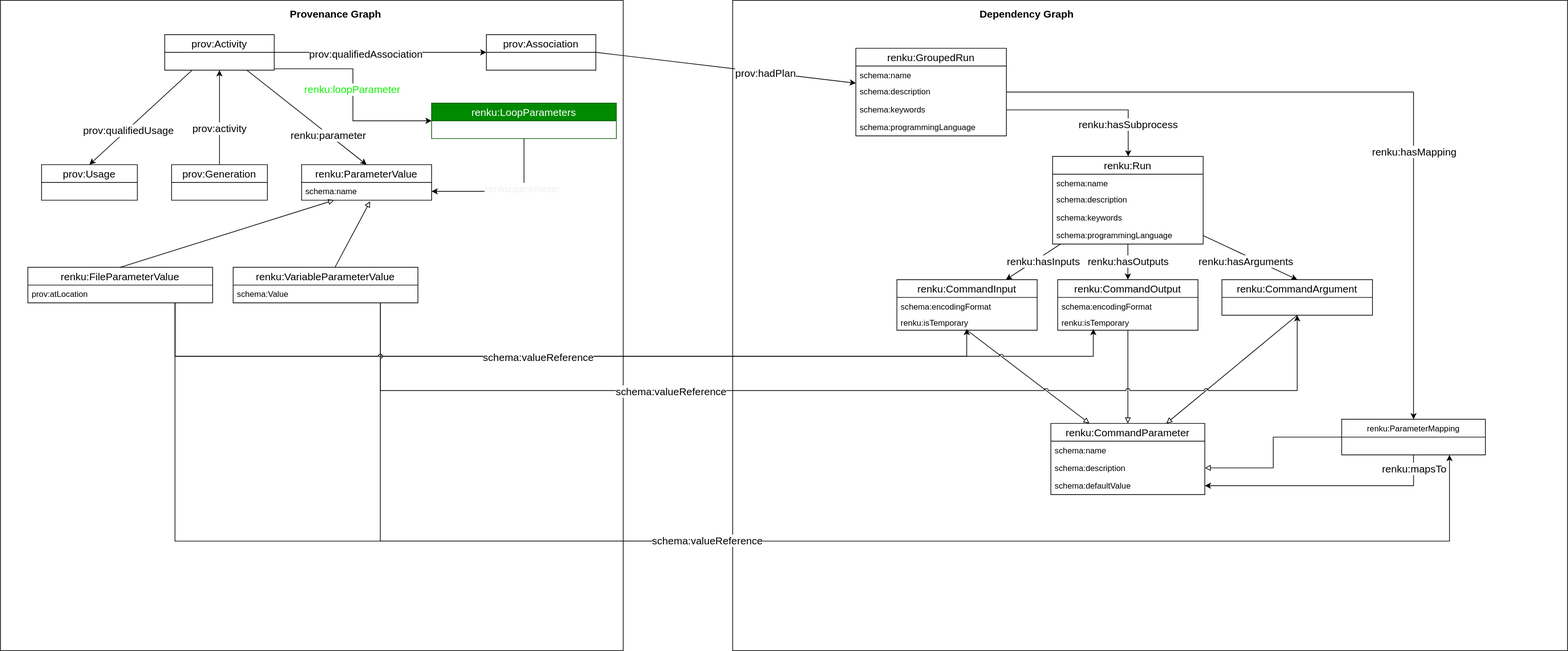
SwissDataScienceCenter/renku-python keeps this draw.io diagram as design/001-new-workflow-commands/looped-run-metadata.svg. Above is the earlier version. Source tidied: cells renumbered, new cells last; positions are measured from the earlier drawing's top-left corner, leaving out a move shared by most shapes.
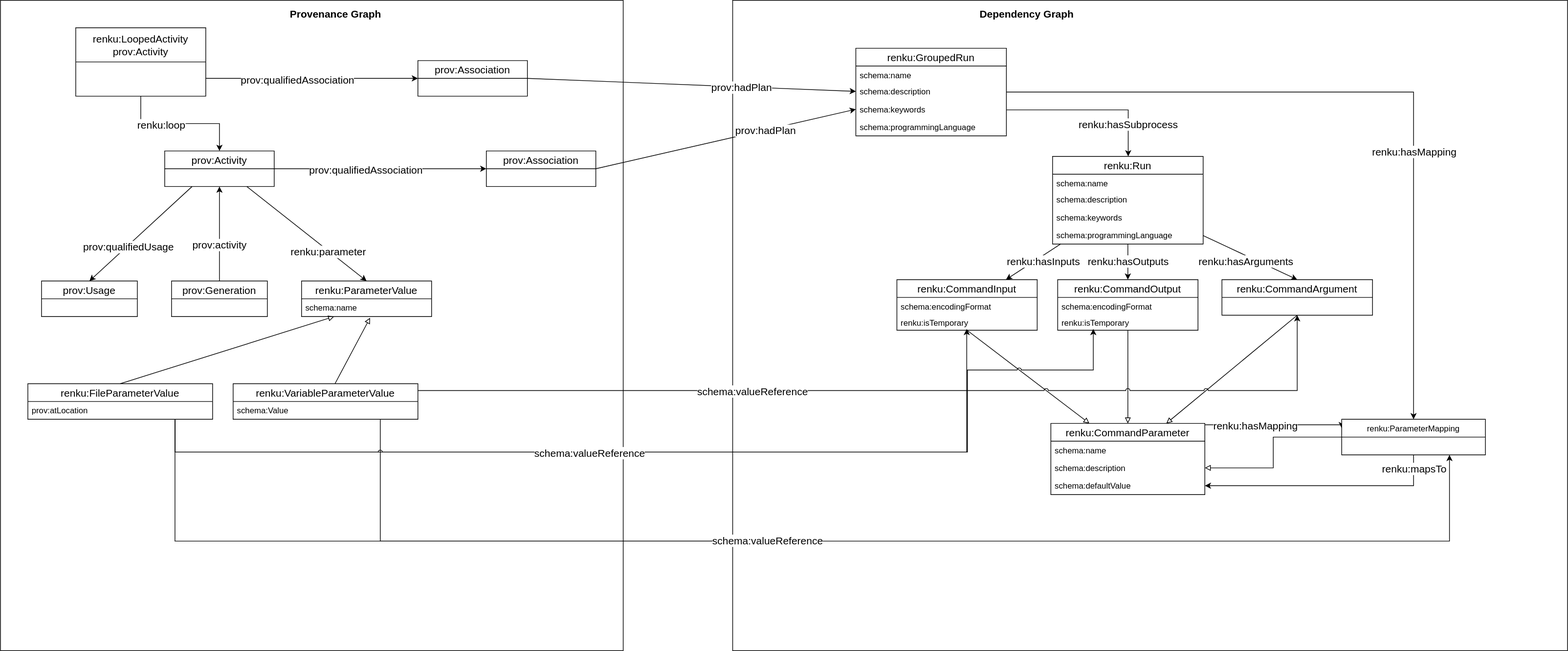
Later version of the same file.

What changed in the source:
```diff
@@ -8,32 +8,17 @@
     <mxCell id="3" value="Provenance Graph" style="text;html=1;strokeColor=none;fillColor=none;align=center;verticalAlign=middle;whiteSpace=wrap;rounded=0;fontStyle=1;fontSize=15;" parent="1" vertex="1">
       <mxGeometry x="400" y="10" width="180" height="20" as="geometry" />
     </mxCell>
-    <mxCell id="4" style="edgeStyle=orthogonalEdgeStyle;rounded=0;jettySize=auto;html=1;fontColor=#f0f0f0;" parent="1" edge="1" source="6">
-      <mxGeometry relative="1" as="geometry">
-        <mxPoint x="630" y="176" as="targetPoint" />
-        <Array as="points">
-          <mxPoint x="515" y="100" />
-          <mxPoint x="515" y="176" />
-          <mxPoint x="630" y="176" />
-        </Array>
-      </mxGeometry>
-    </mxCell>
-    <mxCell id="5" value="&lt;font style=&quot;font-size: 15px&quot;&gt;renku:loopParameter&lt;/font&gt;" style="edgeLabel;html=1;align=center;verticalAlign=middle;fontColor=#0FF007;" parent="4" vertex="1">
-      <mxGeometry x="-0.17" y="-2" relative="1" as="geometry">
-        <mxPoint y="17.6" as="offset" />
-      </mxGeometry>
-    </mxCell>
     <mxCell id="6" value="prov:Activity" style="swimlane;fontStyle=0;horizontal=1;startSize=26;fillColor=none;fontSize=15;" parent="1" vertex="1">
-      <mxGeometry x="240" y="50" width="160" height="52" as="geometry" />
+      <mxGeometry x="240" y="220" width="160" height="52" as="geometry" />
     </mxCell>
     <mxCell id="7" value="prov:Usage" style="swimlane;fontStyle=0;horizontal=1;startSize=26;fillColor=none;fontSize=15;" parent="1" vertex="1">
-      <mxGeometry x="60" y="240" width="140" height="52" as="geometry" />
+      <mxGeometry x="60" y="410" width="140" height="52" as="geometry" />
     </mxCell>
     <mxCell id="8" value="prov:Generation" style="swimlane;fontStyle=0;horizontal=1;startSize=26;fillColor=none;fontSize=15;" parent="1" vertex="1">
-      <mxGeometry x="250" y="240" width="140" height="52" as="geometry" />
+      <mxGeometry x="250" y="410" width="140" height="52" as="geometry" />
     </mxCell>
     <mxCell id="9" value="renku:ParameterValue" style="swimlane;fontStyle=0;horizontal=1;startSize=26;fillColor=none;fontSize=15;" parent="1" vertex="1">
-      <mxGeometry x="440" y="240" width="190" height="52" as="geometry" />
+      <mxGeometry x="440" y="410" width="190" height="52" as="geometry" />
     </mxCell>
     <mxCell id="10" style="endArrow=classic;html=1;fontSize=15;exitX=0.25;exitY=1;exitDx=0;exitDy=0;entryX=0.5;entryY=0;entryDx=0;entryDy=0;" parent="1" edge="1" source="6" target="7">
       <mxGeometry relative="1" as="geometry" />
@@ -54,13 +39,13 @@
       <mxGeometry x="0.37" y="-1" relative="1" as="geometry" />
     </mxCell>
     <mxCell id="16" value="renku:FileParameterValue" style="swimlane;fontStyle=0;horizontal=1;startSize=26;fillColor=none;fontSize=15;" parent="1" vertex="1">
-      <mxGeometry x="40" y="390" width="270" height="52" as="geometry" />
+      <mxGeometry x="40" y="560" width="270" height="52" as="geometry" />
     </mxCell>
     <mxCell id="17" value="prov:atLocation" style="text;strokeColor=none;fillColor=none;align=left;verticalAlign=top;spacingLeft=4;spacingRight=4;overflow=hidden;" parent="16" vertex="1">
       <mxGeometry y="26" width="270" height="26" as="geometry" />
     </mxCell>
     <mxCell id="18" value="schema:name" style="text;strokeColor=none;fillColor=none;align=left;verticalAlign=top;spacingLeft=4;spacingRight=4;overflow=hidden;points=[[0,0.5],[1,0.5]];portConstraint=eastwest;" parent="1" vertex="1">
-      <mxGeometry x="440" y="266" width="190" height="26" as="geometry" />
+      <mxGeometry x="440" y="436" width="190" height="26" as="geometry" />
     </mxCell>
     <mxCell id="19" style="edgeStyle=orthogonalEdgeStyle;rounded=0;jettySize=auto;html=1;entryX=0.75;entryY=1;entryDx=0;entryDy=0;startArrow=none;startFill=0;endArrow=classic;endFill=1;fontColor=#FFFFFF;" parent="1" edge="1" source="20" target="72">
       <mxGeometry relative="1" as="geometry">
@@ -71,7 +56,7 @@
       </mxGeometry>
     </mxCell>
     <mxCell id="20" value="renku:VariableParameterValue" style="swimlane;fontStyle=0;horizontal=1;startSize=26;fillColor=none;fontSize=15;" parent="1" vertex="1">
-      <mxGeometry x="340" y="390" width="270" height="52" as="geometry" />
+      <mxGeometry x="340" y="560" width="270" height="52" as="geometry" />
     </mxCell>
     <mxCell id="21" value="schema:Value" style="text;strokeColor=none;fillColor=none;align=left;verticalAlign=top;spacingLeft=4;spacingRight=4;overflow=hidden;" parent="20" vertex="1">
       <mxGeometry y="26" width="270" height="26" as="geometry" />
@@ -128,7 +113,7 @@
       <mxGeometry relative="1" as="geometry" />
     </mxCell>
     <mxCell id="37" value="prov:Association" style="swimlane;fontStyle=0;horizontal=1;startSize=26;fillColor=none;fontSize=15;" parent="1" vertex="1">
-      <mxGeometry x="710" y="50" width="160" height="52" as="geometry" />
+      <mxGeometry x="710" y="220" width="160" height="52" as="geometry" />
     </mxCell>
     <mxCell id="38" style="endArrow=classic;html=1;fontSize=15;exitX=1;exitY=0.5;exitDx=0;exitDy=0;entryX=0;entryY=0.5;entryDx=0;entryDy=0;" parent="1" edge="1" source="6" target="37">
       <mxGeometry relative="1" as="geometry" />
@@ -163,6 +148,16 @@
     <mxCell id="48" value="renku:CommandArgument" style="swimlane;fontStyle=0;horizontal=1;startSize=26;fillColor=none;fontSize=15;" parent="1" vertex="1">
       <mxGeometry x="1785" y="408" width="220" height="52" as="geometry" />
     </mxCell>
+    <mxCell id="79" style="edgeStyle=orthogonalEdgeStyle;rounded=0;jettySize=auto;html=1;entryX=0;entryY=0.25;entryDx=0;entryDy=0;" parent="1" edge="1" source="49" target="72">
+      <mxGeometry relative="1" as="geometry">
+        <Array as="points">
+          <mxPoint x="1960" y="620" />
+        </Array>
+      </mxGeometry>
+    </mxCell>
+    <mxCell id="80" value="renku:hasMapping" style="edgeLabel;html=1;align=center;verticalAlign=middle;fontSize=15;" parent="79" vertex="1">
+      <mxGeometry x="-0.29" relative="1" as="geometry" />
+    </mxCell>
     <mxCell id="49" value="renku:CommandParameter" style="swimlane;fontStyle=0;horizontal=1;startSize=26;fillColor=none;fontSize=15;" parent="1" vertex="1">
       <mxGeometry x="1535" y="618" width="225" height="104" as="geometry" />
     </mxCell>
@@ -187,8 +182,8 @@
     <mxCell id="56" style="edgeStyle=orthogonalEdgeStyle;rounded=0;jettySize=auto;html=1;endArrow=classic;endFill=1;fontSize=15;entryX=0.498;entryY=0.917;entryDx=0;entryDy=0;entryPerimeter=0;" parent="1" edge="1" source="16" target="44">
       <mxGeometry relative="1" as="geometry">
         <Array as="points">
-          <mxPoint x="255" y="520" />
-          <mxPoint x="1412" y="520" />
+          <mxPoint x="255" y="660" />
+          <mxPoint x="1412" y="660" />
         </Array>
       </mxGeometry>
     </mxCell>
@@ -196,8 +191,10 @@
       <mxGeometry relative="1" as="geometry">
         <mxPoint x="1597" y="480" as="targetPoint" />
         <Array as="points">
-          <mxPoint x="255" y="520" />
-          <mxPoint x="1597" y="520" />
+          <mxPoint x="255" y="660" />
+          <mxPoint x="1413" y="660" />
+          <mxPoint x="1413" y="540" />
+          <mxPoint x="1597" y="540" />
         </Array>
       </mxGeometry>
     </mxCell>
@@ -275,16 +272,31 @@
     <mxCell id="75" value="schema:valueReference" style="edgeLabel;html=1;align=center;verticalAlign=middle;fontSize=15;" parent="74" vertex="1">
       <mxGeometry x="-0.04" y="2" relative="1" as="geometry" />
     </mxCell>
-    <mxCell id="76" style="edgeStyle=orthogonalEdgeStyle;rounded=0;jettySize=auto;html=1;entryX=1;entryY=0.5;entryDx=0;entryDy=0;fontColor=#f0f0f0;" parent="1" edge="1" source="78" target="18">
-      <mxGeometry relative="1" as="geometry" />
-    </mxCell>
-    <mxCell id="77" value="&lt;font style=&quot;font-size: 15px&quot;&gt;renku:parameter&lt;/font&gt;" style="edgeLabel;html=1;align=center;verticalAlign=middle;fontColor=#f0f0f0;" parent="76" vertex="1">
-      <mxGeometry x="-0.33" y="-3" relative="1" as="geometry">
-        <mxPoint y="1" as="offset" />
-      </mxGeometry>
-    </mxCell>
-    <mxCell id="78" value="renku:LoopParameters" style="swimlane;fontStyle=0;horizontal=1;startSize=26;fillColor=#008a00;fontSize=15;strokeColor=#005700;fontColor=#ffffff;" parent="1" vertex="1">
-      <mxGeometry x="630" y="150" width="270" height="52" as="geometry" />
-    </mxCell>
+    <mxCell id="81" style="edgeStyle=orthogonalEdgeStyle;rounded=0;jettySize=auto;html=1;" parent="1" edge="1" source="83" target="6">
+      <mxGeometry relative="1" as="geometry" />
+    </mxCell>
+    <mxCell id="82" value="renku:loop" style="edgeLabel;html=1;align=center;verticalAlign=middle;fontSize=15;" parent="81" vertex="1">
+      <mxGeometry x="-0.29" y="-1" relative="1" as="geometry" />
+    </mxCell>
+    <mxCell id="83" value="renku:LoopedActivity&#10;prov:Activity" style="swimlane;fontStyle=0;horizontal=1;startSize=50;fillColor=none;fontSize=15;" parent="1" vertex="1">
+      <mxGeometry x="110" y="40" width="190" height="100" as="geometry" />
+    </mxCell>
+    <mxCell id="84" value="prov:Association" style="swimlane;fontStyle=0;horizontal=1;startSize=26;fillColor=none;fontSize=15;" parent="1" vertex="1">
+      <mxGeometry x="610" y="88" width="160" height="52" as="geometry" />
+    </mxCell>
+    <mxCell id="85" style="endArrow=classic;html=1;fontSize=15;exitX=1;exitY=0.5;exitDx=0;exitDy=0;entryX=0;entryY=0.5;entryDx=0;entryDy=0;" parent="1" edge="1" target="84">
+      <mxGeometry relative="1" as="geometry">
+        <mxPoint x="300" y="114" as="sourcePoint" />
+      </mxGeometry>
+    </mxCell>
+    <mxCell id="86" value="prov:qualifiedAssociation" style="edgeLabel;html=1;align=center;verticalAlign=middle;fontSize=15;" parent="85" vertex="1">
+      <mxGeometry x="-0.14" y="-1" relative="1" as="geometry" />
+    </mxCell>
+    <mxCell id="87" style="endArrow=classic;html=1;fontSize=15;exitX=1;exitY=0.5;exitDx=0;exitDy=0;entryX=0;entryY=0.5;entryDx=0;entryDy=0;" parent="1" edge="1" source="84" target="67">
+      <mxGeometry relative="1" as="geometry" />
+    </mxCell>
+    <mxCell id="88" value="prov:hadPlan" style="edgeLabel;html=1;align=center;verticalAlign=middle;fontSize=15;" parent="87" vertex="1">
+      <mxGeometry x="0.3" relative="1" as="geometry" />
+    </mxCell>
   </root>
 </mxGraphModel>
```
